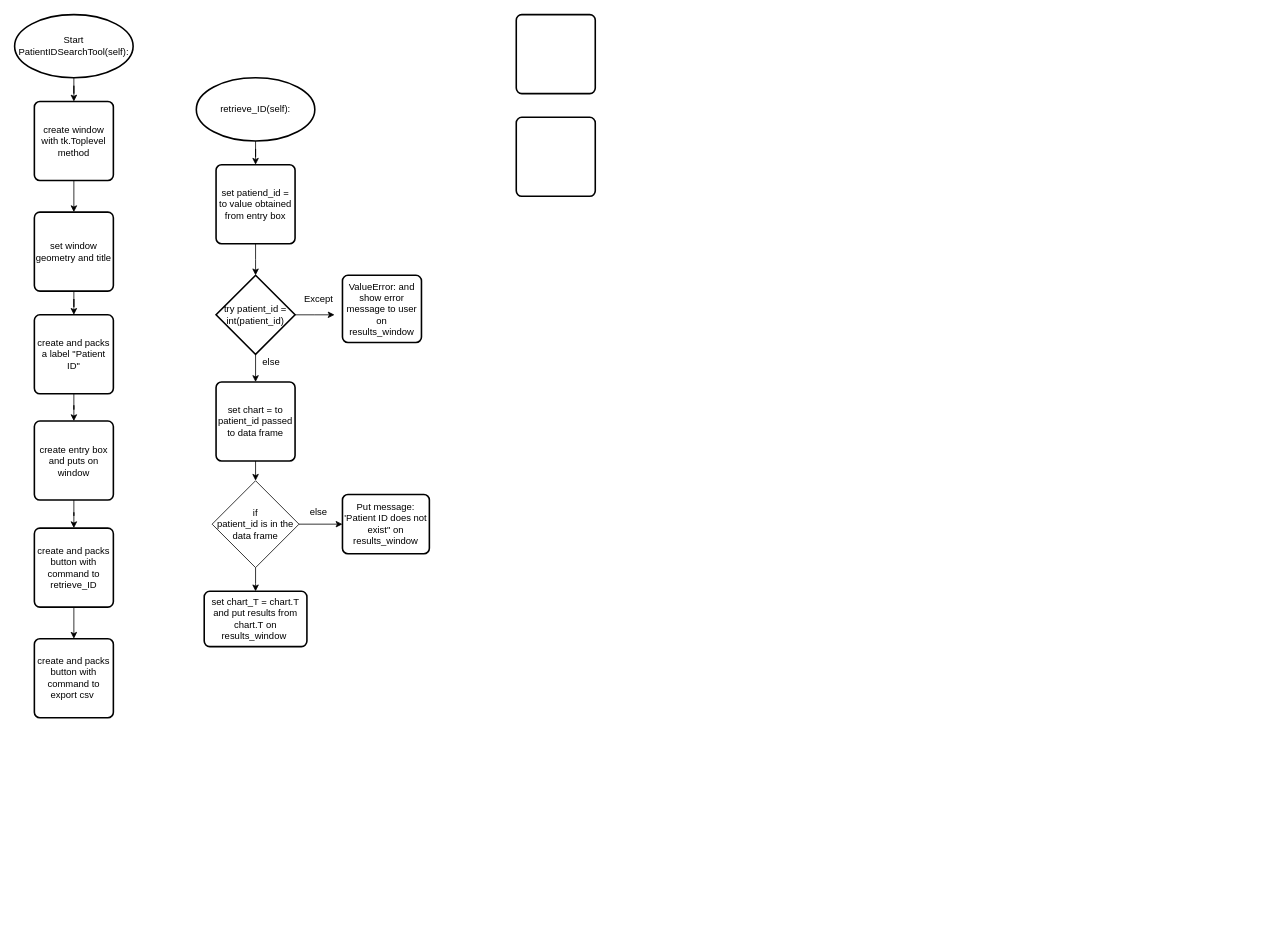
Above: PatientIDSeachTool.drawio in ladri8/datasciencecoursera (draw.io), before the change. Source tidied: cells renumbered, new cells numbered last; positions are measured from the earlier drawing's top-left corner, leaving out a move shared by most shapes. Both pictures are drawn from the tidied source at 79%, with x=0, y=0 at pixel (14, 14).
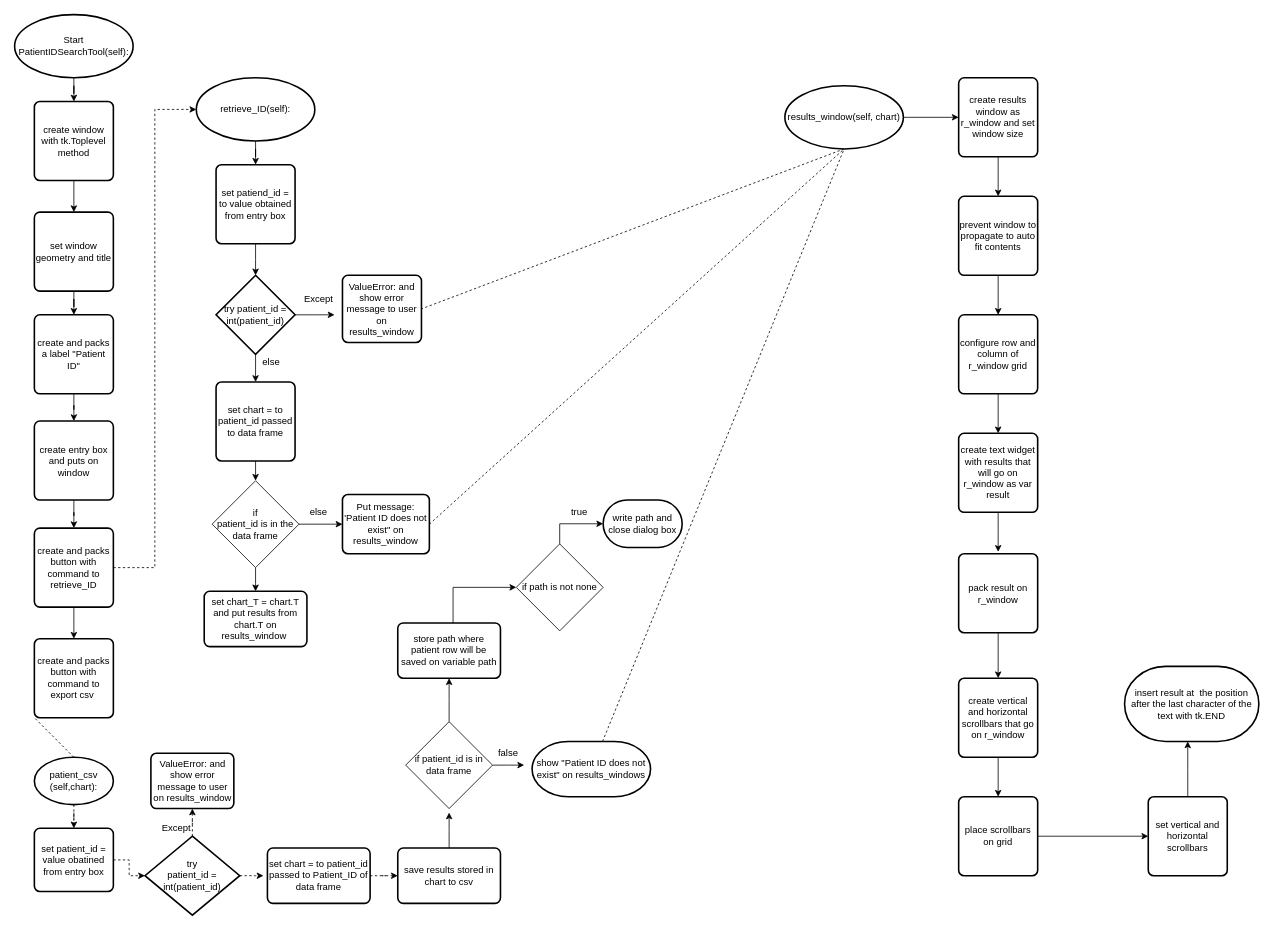
The same page after the edit.

The change refers to these unchanged cells:
```xml
<mxCell id="6" value="create and packs button with command to export csv&amp;nbsp; " style="rounded=1;whiteSpace=wrap;html=1;absoluteArcSize=1;arcSize=14;strokeWidth=2;" parent="1" vertex="1">
  <mxGeometry x="25" y="790" width="100" height="100" as="geometry" />
</mxCell>
<mxCell id="10" value="create and packs button with command to retrieve_ID " style="rounded=1;whiteSpace=wrap;html=1;absoluteArcSize=1;arcSize=14;strokeWidth=2;" parent="1" vertex="1">
  <mxGeometry x="25" y="650" width="100" height="100" as="geometry" />
</mxCell>
<mxCell id="18" value="&lt;div&gt;retrieve_ID(self): &lt;br&gt;&lt;/div&gt;" style="strokeWidth=2;html=1;shape=mxgraph.flowchart.start_1;whiteSpace=wrap;" parent="1" vertex="1">
  <mxGeometry x="230" y="80" width="150" height="80" as="geometry" />
</mxCell>
<mxCell id="27" value="ValueError: and show error message to user on results_window" style="rounded=1;whiteSpace=wrap;html=1;absoluteArcSize=1;arcSize=14;strokeWidth=2;" parent="1" vertex="1">
  <mxGeometry x="415" y="330" width="100" height="85" as="geometry" />
</mxCell>
<mxCell id="33" value="Put message: 'Patient ID does not exist&quot; on results_window" style="rounded=1;whiteSpace=wrap;html=1;absoluteArcSize=1;arcSize=14;strokeWidth=2;" parent="1" vertex="1">
  <mxGeometry x="415" y="607.5" width="110" height="75" as="geometry" />
</mxCell>
```

What changed in the source:
```diff
@@
-    <mxCell id="7" style="rounded=1;whiteSpace=wrap;html=1;absoluteArcSize=1;arcSize=14;strokeWidth=2;" parent="1" vertex="1">
-      <mxGeometry x="635" y="130" width="100" height="100" as="geometry" />
-    </mxCell>
-    <mxCell id="8" style="rounded=1;whiteSpace=wrap;html=1;absoluteArcSize=1;arcSize=14;strokeWidth=2;" parent="1" vertex="1">
-      <mxGeometry x="635" width="100" height="100" as="geometry" />
-    </mxCell>
@@
+    <mxCell id="35" style="edgeStyle=orthogonalEdgeStyle;rounded=0;jettySize=auto;html=1;exitX=1;exitY=0.5;exitDx=0;exitDy=0;entryX=0;entryY=0.5;entryDx=0;entryDy=0;entryPerimeter=0;dashed=1;" parent="1" edge="1" source="10" target="18">
+      <mxGeometry relative="1" as="geometry" />
+    </mxCell>
@@
+    <mxCell id="36" style="edgeStyle=orthogonalEdgeStyle;rounded=0;jettySize=auto;html=1;entryX=0.5;entryY=0;entryDx=0;entryDy=0;dashed=1;" parent="1" edge="1" source="37" target="39">
+      <mxGeometry relative="1" as="geometry" />
+    </mxCell>
+    <mxCell id="37" value="&lt;div&gt;patient_csv&lt;/div&gt;&lt;div&gt;(self,chart):&lt;/div&gt;" style="strokeWidth=2;html=1;shape=mxgraph.flowchart.start_1;whiteSpace=wrap;" parent="1" vertex="1">
+      <mxGeometry x="25" y="940" width="100" height="60" as="geometry" />
+    </mxCell>
+    <mxCell id="38" style="edgeStyle=orthogonalEdgeStyle;rounded=0;jettySize=auto;html=1;dashed=1;" parent="1" edge="1" source="39" target="47">
+      <mxGeometry relative="1" as="geometry" />
+    </mxCell>
+    <mxCell id="39" value="set patient_id = value obatined from entry box" style="rounded=1;whiteSpace=wrap;html=1;absoluteArcSize=1;arcSize=14;strokeWidth=2;" parent="1" vertex="1">
+      <mxGeometry x="25" y="1030" width="100" height="80" as="geometry" />
+    </mxCell>
+    <mxCell id="40" value="ValueError: and show error message to user on results_window" style="rounded=1;whiteSpace=wrap;html=1;absoluteArcSize=1;arcSize=14;strokeWidth=2;" parent="1" vertex="1">
+      <mxGeometry x="172.5" y="935" width="105" height="70" as="geometry" />
+    </mxCell>
+    <mxCell id="41" style="edgeStyle=orthogonalEdgeStyle;rounded=0;jettySize=auto;html=1;" parent="1" edge="1" source="42">
+      <mxGeometry relative="1" as="geometry">
+        <mxPoint x="550" y="1010" as="targetPoint" />
+      </mxGeometry>
+    </mxCell>
+    <mxCell id="42" value="save results stored in chart to csv" style="rounded=1;whiteSpace=wrap;html=1;absoluteArcSize=1;arcSize=14;strokeWidth=2;" parent="1" vertex="1">
+      <mxGeometry x="485" y="1055" width="130" height="70" as="geometry" />
+    </mxCell>
+    <mxCell id="43" style="edgeStyle=orthogonalEdgeStyle;rounded=0;jettySize=auto;html=1;entryX=0;entryY=0.5;entryDx=0;entryDy=0;dashed=1;" parent="1" edge="1" source="44" target="42">
+      <mxGeometry relative="1" as="geometry" />
+    </mxCell>
+    <mxCell id="44" value="set chart = to patient_id passed to Patient_ID of data frame" style="rounded=1;whiteSpace=wrap;html=1;absoluteArcSize=1;arcSize=14;strokeWidth=2;" parent="1" vertex="1">
+      <mxGeometry x="320" y="1055" width="130" height="70" as="geometry" />
+    </mxCell>
+    <mxCell id="45" style="edgeStyle=orthogonalEdgeStyle;rounded=0;jettySize=auto;html=1;entryX=0.5;entryY=1;entryDx=0;entryDy=0;dashed=1;" parent="1" edge="1" source="47" target="40">
+      <mxGeometry relative="1" as="geometry" />
+    </mxCell>
+    <mxCell id="46" style="edgeStyle=orthogonalEdgeStyle;rounded=0;jettySize=auto;html=1;dashed=1;" parent="1" edge="1" source="47">
+      <mxGeometry relative="1" as="geometry">
+        <mxPoint x="315" y="1090" as="targetPoint" />
+      </mxGeometry>
+    </mxCell>
+    <mxCell id="47" value="&lt;div&gt;try&lt;/div&gt;&lt;div&gt;patient_id = int(patient_id)&lt;br&gt;&lt;/div&gt;" style="strokeWidth=2;html=1;shape=mxgraph.flowchart.decision;whiteSpace=wrap;" parent="1" vertex="1">
+      <mxGeometry x="165" y="1040" width="120" height="100" as="geometry" />
+    </mxCell>
+    <mxCell id="48" value="Except" style="text;html=1;strokeColor=none;fillColor=none;align=center;verticalAlign=middle;whiteSpace=wrap;rounded=0;" parent="1" vertex="1">
+      <mxGeometry x="185" y="1020" width="40" height="20" as="geometry" />
+    </mxCell>
+    <mxCell id="49" style="edgeStyle=orthogonalEdgeStyle;rounded=0;jettySize=auto;html=1;entryX=0;entryY=0.5;entryDx=0;entryDy=0;" parent="1" edge="1" source="51">
+      <mxGeometry relative="1" as="geometry">
+        <mxPoint x="645" y="950" as="targetPoint" />
+      </mxGeometry>
+    </mxCell>
+    <mxCell id="50" style="edgeStyle=orthogonalEdgeStyle;rounded=0;jettySize=auto;html=1;" parent="1" edge="1" source="51">
+      <mxGeometry relative="1" as="geometry">
+        <mxPoint x="550" y="840" as="targetPoint" />
+      </mxGeometry>
+    </mxCell>
+    <mxCell id="51" value="if patient_id is in data frame" style="rhombus;whiteSpace=wrap;html=1;" parent="1" vertex="1">
+      <mxGeometry x="495" y="895" width="110" height="110" as="geometry" />
+    </mxCell>
+    <mxCell id="52" style="endArrow=none;dashed=1;html=1;entryX=0;entryY=1;entryDx=0;entryDy=0;exitX=0.5;exitY=0;exitDx=0;exitDy=0;exitPerimeter=0;" parent="1" edge="1" source="37" target="6">
+      <mxGeometry relative="1" as="geometry" />
+    </mxCell>
+    <mxCell id="53" value="false" style="text;html=1;strokeColor=none;fillColor=none;align=center;verticalAlign=middle;whiteSpace=wrap;rounded=0;" parent="1" vertex="1">
+      <mxGeometry x="605" y="910" width="40" height="50" as="geometry" />
+    </mxCell>
+    <mxCell id="54" style="edgeStyle=orthogonalEdgeStyle;rounded=0;jettySize=auto;html=1;" parent="1" edge="1" source="55" target="57">
+      <mxGeometry relative="1" as="geometry">
+        <Array as="points">
+          <mxPoint x="555" y="725" />
+        </Array>
+      </mxGeometry>
+    </mxCell>
+    <mxCell id="55" value="store path where patient row will be saved on variable path" style="rounded=1;whiteSpace=wrap;html=1;absoluteArcSize=1;arcSize=14;strokeWidth=2;" parent="1" vertex="1">
+      <mxGeometry x="485" y="770" width="130" height="70" as="geometry" />
+    </mxCell>
+    <mxCell id="56" style="edgeStyle=orthogonalEdgeStyle;rounded=0;jettySize=auto;html=1;entryX=0;entryY=0.5;entryDx=0;entryDy=0;entryPerimeter=0;" parent="1" edge="1" source="57" target="59">
+      <mxGeometry relative="1" as="geometry">
+        <Array as="points">
+          <mxPoint x="690" y="644" />
+        </Array>
+      </mxGeometry>
+    </mxCell>
+    <mxCell id="57" value="if path is not none" style="rhombus;whiteSpace=wrap;html=1;" parent="1" vertex="1">
+      <mxGeometry x="635" y="670" width="110" height="110" as="geometry" />
+    </mxCell>
+    <mxCell id="58" value="true" style="text;html=1;strokeColor=none;fillColor=none;align=center;verticalAlign=middle;whiteSpace=wrap;rounded=0;" parent="1" vertex="1">
+      <mxGeometry x="695" y="620" width="40" height="20" as="geometry" />
+    </mxCell>
+    <mxCell id="59" value="write path and close dialog box" style="strokeWidth=2;html=1;shape=mxgraph.flowchart.terminator;whiteSpace=wrap;" parent="1" vertex="1">
+      <mxGeometry x="745" y="614.5" width="100" height="60" as="geometry" />
+    </mxCell>
+    <mxCell id="60" value="show &quot;Patient ID does not exist&quot; on results_windows" style="strokeWidth=2;html=1;shape=mxgraph.flowchart.terminator;whiteSpace=wrap;" parent="1" vertex="1">
+      <mxGeometry x="655" y="920" width="150" height="70" as="geometry" />
+    </mxCell>
+    <mxCell id="61" style="edgeStyle=orthogonalEdgeStyle;rounded=0;jettySize=auto;html=1;entryX=0;entryY=0.5;entryDx=0;entryDy=0;" parent="1" edge="1" source="62" target="75">
+      <mxGeometry relative="1" as="geometry" />
+    </mxCell>
+    <mxCell id="62" value="results_window(self, chart)" style="strokeWidth=2;html=1;shape=mxgraph.flowchart.start_1;whiteSpace=wrap;" parent="1" vertex="1">
+      <mxGeometry x="975" y="90" width="150" height="80" as="geometry" />
+    </mxCell>
+    <mxCell id="63" style="endArrow=none;dashed=1;html=1;entryX=1;entryY=0.5;entryDx=0;entryDy=0;" parent="1" edge="1" target="27">
+      <mxGeometry relative="1" as="geometry">
+        <mxPoint x="1050" y="170" as="sourcePoint" />
+      </mxGeometry>
+    </mxCell>
+    <mxCell id="64" style="endArrow=none;dashed=1;html=1;exitX=1;exitY=0.5;exitDx=0;exitDy=0;entryX=0.5;entryY=1;entryDx=0;entryDy=0;entryPerimeter=0;" parent="1" edge="1" source="33" target="62">
+      <mxGeometry relative="1" as="geometry" />
+    </mxCell>
+    <mxCell id="65" style="endArrow=none;dashed=1;html=1;" parent="1" edge="1" source="60">
+      <mxGeometry relative="1" as="geometry">
+        <mxPoint x="1050" y="170" as="targetPoint" />
+      </mxGeometry>
+    </mxCell>
+    <mxCell id="66" style="edgeStyle=orthogonalEdgeStyle;rounded=0;jettySize=auto;html=1;entryX=0.5;entryY=0;entryDx=0;entryDy=0;" parent="1" edge="1" source="67" target="77">
+      <mxGeometry relative="1" as="geometry" />
+    </mxCell>
+    <mxCell id="67" value="pack result on r_window" style="rounded=1;whiteSpace=wrap;html=1;absoluteArcSize=1;arcSize=14;strokeWidth=2;" parent="1" vertex="1">
+      <mxGeometry x="1195" y="682.5" width="100" height="100" as="geometry" />
+    </mxCell>
+    <mxCell id="68" style="edgeStyle=orthogonalEdgeStyle;rounded=0;jettySize=auto;html=1;" parent="1" edge="1" source="69">
+      <mxGeometry relative="1" as="geometry">
+        <mxPoint x="1245" y="680" as="targetPoint" />
+      </mxGeometry>
+    </mxCell>
+    <mxCell id="69" value="create text widget with results that will go on r_window as var result" style="rounded=1;whiteSpace=wrap;html=1;absoluteArcSize=1;arcSize=14;strokeWidth=2;" parent="1" vertex="1">
+      <mxGeometry x="1195" y="530" width="100" height="100" as="geometry" />
+    </mxCell>
+    <mxCell id="70" style="edgeStyle=orthogonalEdgeStyle;rounded=0;jettySize=auto;html=1;entryX=0.5;entryY=0;entryDx=0;entryDy=0;" parent="1" edge="1" source="71" target="69">
+      <mxGeometry relative="1" as="geometry" />
+    </mxCell>
+    <mxCell id="71" value="configure row and column of r_window grid" style="rounded=1;whiteSpace=wrap;html=1;absoluteArcSize=1;arcSize=14;strokeWidth=2;" parent="1" vertex="1">
+      <mxGeometry x="1195" y="380" width="100" height="100" as="geometry" />
+    </mxCell>
+    <mxCell id="72" style="edgeStyle=orthogonalEdgeStyle;rounded=0;jettySize=auto;html=1;entryX=0.5;entryY=0;entryDx=0;entryDy=0;" parent="1" edge="1" source="73" target="71">
+      <mxGeometry relative="1" as="geometry" />
+    </mxCell>
+    <mxCell id="73" value="prevent window to propagate to auto fit contents" style="rounded=1;whiteSpace=wrap;html=1;absoluteArcSize=1;arcSize=14;strokeWidth=2;" parent="1" vertex="1">
+      <mxGeometry x="1195" y="230" width="100" height="100" as="geometry" />
+    </mxCell>
+    <mxCell id="74" style="edgeStyle=orthogonalEdgeStyle;rounded=0;jettySize=auto;html=1;entryX=0.5;entryY=0;entryDx=0;entryDy=0;" parent="1" edge="1" source="75" target="73">
+      <mxGeometry relative="1" as="geometry" />
+    </mxCell>
+    <mxCell id="75" value="create results window as r_window and set window size" style="rounded=1;whiteSpace=wrap;html=1;absoluteArcSize=1;arcSize=14;strokeWidth=2;" parent="1" vertex="1">
+      <mxGeometry x="1195" y="80" width="100" height="100" as="geometry" />
+    </mxCell>
+    <mxCell id="76" style="edgeStyle=orthogonalEdgeStyle;rounded=0;jettySize=auto;html=1;entryX=0.5;entryY=0;entryDx=0;entryDy=0;" parent="1" edge="1" source="77" target="79">
+      <mxGeometry relative="1" as="geometry" />
+    </mxCell>
+    <mxCell id="77" value="create vertical and horizontal scrollbars that go on r_window " style="rounded=1;whiteSpace=wrap;html=1;absoluteArcSize=1;arcSize=14;strokeWidth=2;" parent="1" vertex="1">
+      <mxGeometry x="1195" y="840" width="100" height="100" as="geometry" />
+    </mxCell>
+    <mxCell id="78" style="edgeStyle=orthogonalEdgeStyle;rounded=0;jettySize=auto;html=1;" parent="1" edge="1" source="79" target="81">
+      <mxGeometry relative="1" as="geometry" />
+    </mxCell>
+    <mxCell id="79" value="place scrollbars on grid" style="rounded=1;whiteSpace=wrap;html=1;absoluteArcSize=1;arcSize=14;strokeWidth=2;" parent="1" vertex="1">
+      <mxGeometry x="1195" y="990" width="100" height="100" as="geometry" />
+    </mxCell>
+    <mxCell id="80" style="edgeStyle=orthogonalEdgeStyle;rounded=0;jettySize=auto;html=1;entryX=0.5;entryY=1;entryDx=0;entryDy=0;" parent="1" edge="1" source="81">
+      <mxGeometry relative="1" as="geometry">
+        <mxPoint x="1485" y="920" as="targetPoint" />
+      </mxGeometry>
+    </mxCell>
+    <mxCell id="81" value="set vertical and horizontal scrollbars " style="rounded=1;whiteSpace=wrap;html=1;absoluteArcSize=1;arcSize=14;strokeWidth=2;" parent="1" vertex="1">
+      <mxGeometry x="1435" y="990" width="100" height="100" as="geometry" />
+    </mxCell>
+    <mxCell id="82" value="insert result at&amp;nbsp; &lt;span class=&quot;aCOpRe&quot;&gt;&lt;span&gt;the position after the last character of the text with tk.END&lt;br&gt;&lt;/span&gt;&lt;/span&gt;" style="strokeWidth=2;html=1;shape=mxgraph.flowchart.terminator;whiteSpace=wrap;" parent="1" vertex="1">
+      <mxGeometry x="1405" y="825" width="170" height="95" as="geometry" />
+    </mxCell>
```
